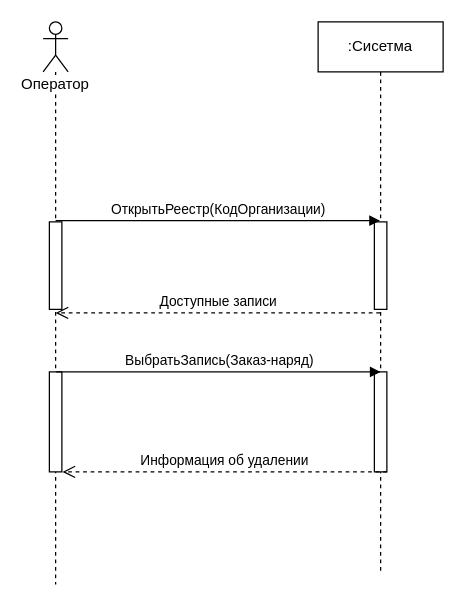
The draw.io diagram Lab3/Бугаков/2Прецедент.drawio in denissfloww/Information-systems-design, before the edit. Source tidied: cells renumbered, new cells numbered last; positions are measured from the earlier drawing's top-left corner, leaving out a move shared by most shapes. Both pictures are drawn from the tidied source at 125%, with x=0, y=0 at pixel (42, 21).
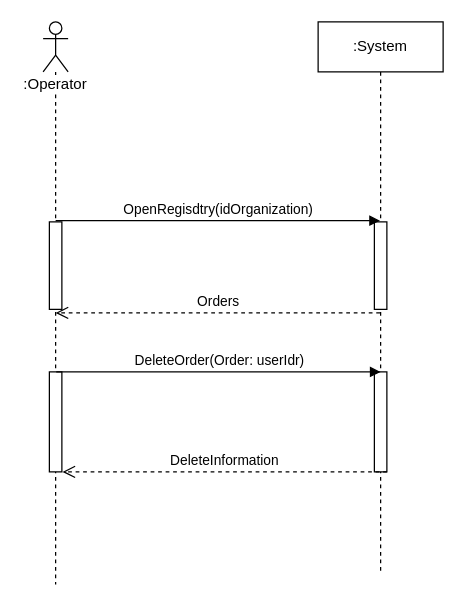
Above is the later version.

What changed in the source:
```diff
@@
 <mxGraphModel>
   <root>
     <mxCell id="0" />
     <mxCell id="1" parent="0" />
-    <mxCell id="2" value="Оператор" style="shape=umlLifeline;participant=umlActor;perimeter=lifelinePerimeter;whiteSpace=wrap;html=1;verticalAlign=top;spacingTop=36;labelBackgroundColor=#ffffff;" parent="1" vertex="1">
+    <mxCell id="2" value=":Operator" style="shape=umlLifeline;participant=umlActor;perimeter=lifelinePerimeter;whiteSpace=wrap;html=1;verticalAlign=top;spacingTop=36;labelBackgroundColor=#ffffff;" parent="1" vertex="1">
       <mxGeometry width="20" height="450" as="geometry" />
     </mxCell>
     <mxCell id="3" style="html=1;points=[];perimeter=orthogonalPerimeter;" parent="2" vertex="1">
       <mxGeometry x="5" y="160" width="10" height="70" as="geometry" />
     </mxCell>
     <mxCell id="4" style="html=1;perimeter=orthogonalPerimeter;" parent="2" vertex="1">
       <mxGeometry x="5" y="280" width="10" height="80" as="geometry" />
     </mxCell>
-    <mxCell id="5" value=":Сисетма" style="shape=umlLifeline;perimeter=lifelinePerimeter;whiteSpace=wrap;html=1;outlineConnect=0;" parent="1" vertex="1">
+    <mxCell id="5" value=":System" style="shape=umlLifeline;perimeter=lifelinePerimeter;whiteSpace=wrap;html=1;outlineConnect=0;" parent="1" vertex="1">
       <mxGeometry x="220" width="100" height="440" as="geometry" />
     </mxCell>
     <mxCell id="6" style="html=1;perimeter=orthogonalPerimeter;" parent="5" vertex="1">
       <mxGeometry x="45" y="160" width="10" height="70" as="geometry" />
     </mxCell>
     <mxCell id="7" style="html=1;perimeter=orthogonalPerimeter;" parent="5" vertex="1">
       <mxGeometry x="45" y="280" width="10" height="80" as="geometry" />
     </mxCell>
-    <mxCell id="8" value="ОткрытьРеестр(КодОрганизации)" style="html=1;verticalAlign=bottom;endArrow=block;exitX=0.5;exitY=0;exitDx=0;exitDy=0;exitPerimeter=0;" parent="1" edge="1">
+    <mxCell id="8" value="OpenRegisdtry(idOrganization)" style="html=1;verticalAlign=bottom;endArrow=block;exitX=0.5;exitY=0;exitDx=0;exitDy=0;exitPerimeter=0;" parent="1" edge="1">
       <mxGeometry relative="1" as="geometry">
         <mxPoint x="10" y="159" as="sourcePoint" />
         <mxPoint x="269.5" y="159" as="targetPoint" />
       </mxGeometry>
     </mxCell>
-    <mxCell id="9" value="Доступные записи" style="html=1;verticalAlign=bottom;endArrow=open;dashed=1;endSize=8;entryX=0.5;entryY=1.04;entryDx=0;entryDy=0;entryPerimeter=0;" parent="1" edge="1" source="5" target="3">
+    <mxCell id="9" value="Orders" style="html=1;verticalAlign=bottom;endArrow=open;dashed=1;endSize=8;entryX=0.5;entryY=1.04;entryDx=0;entryDy=0;entryPerimeter=0;" parent="1" edge="1" source="5" target="3">
       <mxGeometry relative="1" as="geometry" />
     </mxCell>
-    <mxCell id="10" value="ВыбратьЗапись(Заказ-наряд)" style="html=1;verticalAlign=bottom;endArrow=block;exitX=0.5;exitY=0;exitDx=0;exitDy=0;exitPerimeter=0;" parent="1" edge="1">
+    <mxCell id="10" value="DeleteOrder(Order: userIdr)" style="html=1;verticalAlign=bottom;endArrow=block;exitX=0.5;exitY=0;exitDx=0;exitDy=0;exitPerimeter=0;" parent="1" edge="1">
       <mxGeometry relative="1" as="geometry">
         <mxPoint x="10.5" y="280" as="sourcePoint" />
         <mxPoint x="270" y="280" as="targetPoint" />
       </mxGeometry>
     </mxCell>
-    <mxCell id="11" value="Информация об удалении" style="html=1;verticalAlign=bottom;endArrow=open;dashed=1;endSize=8;entryX=0.5;entryY=1.04;entryDx=0;entryDy=0;entryPerimeter=0;" parent="1" edge="1">
+    <mxCell id="11" value="DeleteInformation" style="html=1;verticalAlign=bottom;endArrow=open;dashed=1;endSize=8;entryX=0.5;entryY=1.04;entryDx=0;entryDy=0;entryPerimeter=0;" parent="1" edge="1">
       <mxGeometry relative="1" as="geometry">
         <mxPoint x="275" y="360" as="sourcePoint" />
         <mxPoint x="15.5" y="360" as="targetPoint" />
       </mxGeometry>
     </mxCell>
   </root>
 </mxGraphModel>
```
